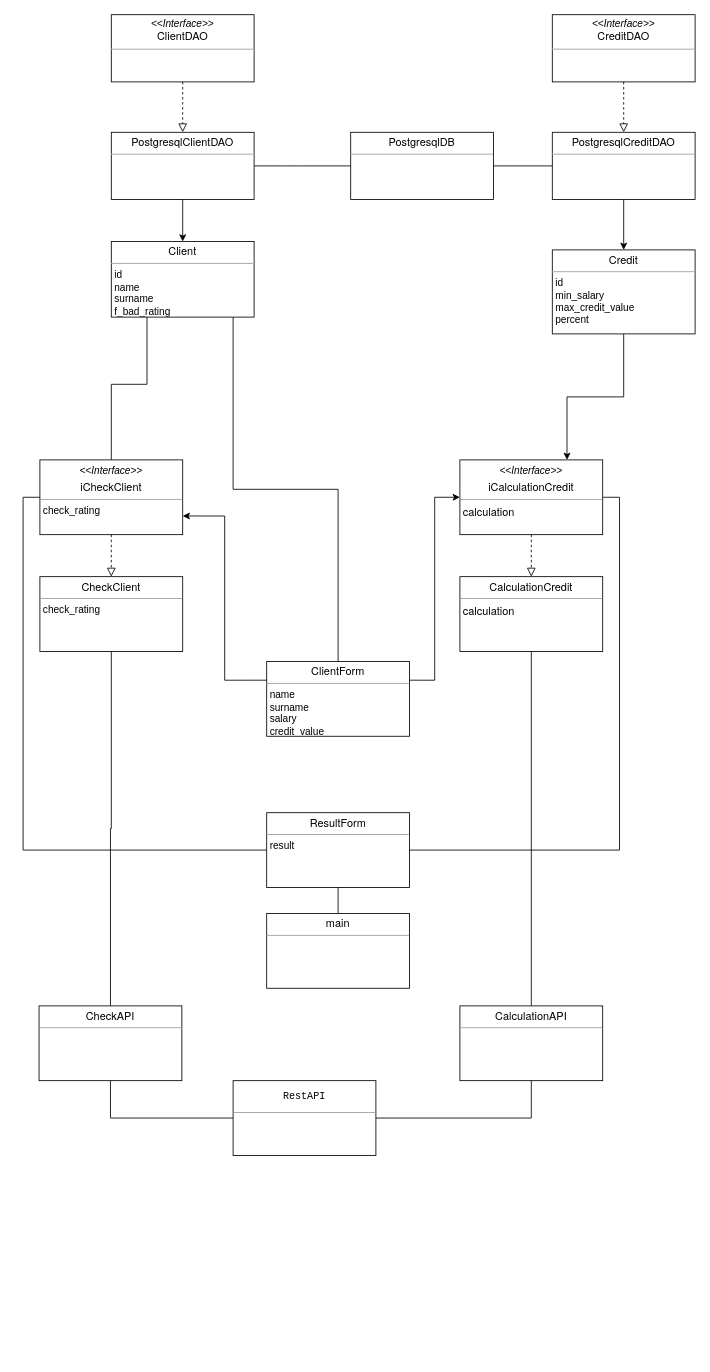
Above: Diagram/UML-диаграммы классов v2.drawio in AlexkovOtus/gb_arch (draw.io), before the change. Source tidied: cells renumbered, new cells numbered last; positions are measured from the earlier drawing's top-left corner, leaving out a move shared by most shapes. Both pictures are drawn from the tidied source at 84%, with x=0, y=0 at pixel (39, 14).
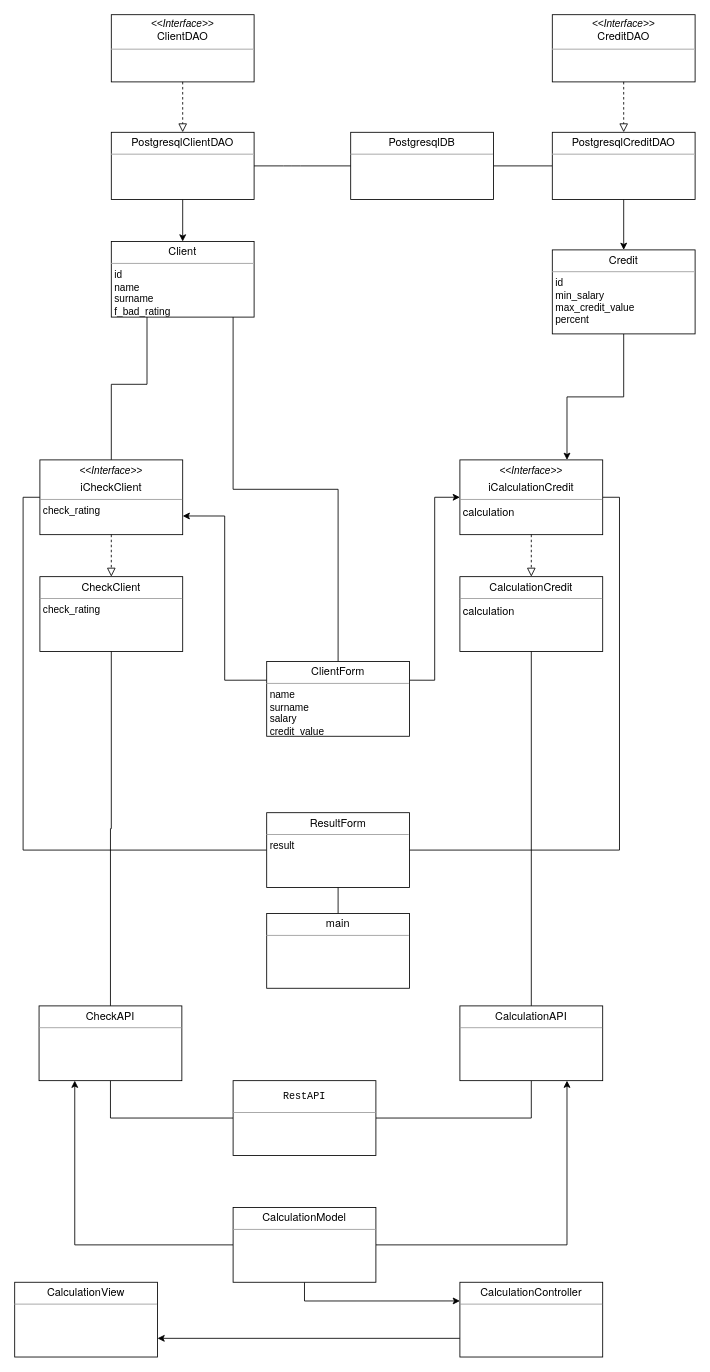
After the change.

The change refers to these unchanged cells:
```xml
<mxCell id="36" value="&lt;p style=&quot;margin: 0px ; margin-top: 4px ; text-align: center&quot;&gt;&lt;font face=&quot;helvetica neue&quot;&gt;&lt;span style=&quot;font-size: 13px&quot;&gt;CheckAPI&lt;/span&gt;&lt;/font&gt;&lt;br&gt;&lt;/p&gt;&lt;hr size=&quot;1&quot;&gt;&lt;p style=&quot;margin: 0px 0px 0px 4px&quot;&gt;&lt;br&gt;&lt;/p&gt;" style="verticalAlign=top;align=left;overflow=fill;fontSize=12;fontFamily=Helvetica;html=1;fontColor=#000000;" parent="1" vertex="1">
  <mxGeometry y="1180" width="170" height="89" as="geometry" />
</mxCell>
<mxCell id="38" value="&lt;p style=&quot;margin: 0px ; margin-top: 4px ; text-align: center&quot;&gt;&lt;font face=&quot;helvetica neue&quot;&gt;&lt;span style=&quot;font-size: 13px&quot;&gt;CalculationAPI&lt;/span&gt;&lt;/font&gt;&lt;br&gt;&lt;/p&gt;&lt;hr size=&quot;1&quot;&gt;&lt;p style=&quot;margin: 0px 0px 0px 4px&quot;&gt;&lt;br&gt;&lt;/p&gt;" style="verticalAlign=top;align=left;overflow=fill;fontSize=12;fontFamily=Helvetica;html=1;fontColor=#000000;" parent="1" vertex="1">
  <mxGeometry x="501" y="1180" width="170" height="89" as="geometry" />
</mxCell>
```

Change to the diagram source:
```diff
@@
+    <mxCell id="39" value="&lt;p style=&quot;margin: 0px ; margin-top: 4px ; text-align: center&quot;&gt;&lt;font face=&quot;helvetica neue&quot;&gt;&lt;span style=&quot;font-size: 13px&quot;&gt;CalculationView&lt;/span&gt;&lt;/font&gt;&lt;br&gt;&lt;/p&gt;&lt;hr size=&quot;1&quot;&gt;&lt;p style=&quot;margin: 0px 0px 0px 4px&quot;&gt;&lt;br&gt;&lt;/p&gt;" style="verticalAlign=top;align=left;overflow=fill;fontSize=12;fontFamily=Helvetica;html=1;fontColor=#000000;" parent="1" vertex="1">
+      <mxGeometry x="-29" y="1509" width="170" height="89" as="geometry" />
+    </mxCell>
+    <mxCell id="40" style="edgeStyle=orthogonalEdgeStyle;rounded=0;jettySize=auto;html=1;entryX=0.25;entryY=1;entryDx=0;entryDy=0;" parent="1" edge="1" source="43" target="36">
+      <mxGeometry relative="1" as="geometry" />
+    </mxCell>
+    <mxCell id="41" style="edgeStyle=orthogonalEdgeStyle;rounded=0;jettySize=auto;html=1;exitX=1;exitY=0.5;exitDx=0;exitDy=0;entryX=0.75;entryY=1;entryDx=0;entryDy=0;" parent="1" edge="1" source="43" target="38">
+      <mxGeometry relative="1" as="geometry" />
+    </mxCell>
+    <mxCell id="42" style="edgeStyle=orthogonalEdgeStyle;rounded=0;jettySize=auto;html=1;exitX=0.5;exitY=1;exitDx=0;exitDy=0;entryX=0;entryY=0.25;entryDx=0;entryDy=0;" parent="1" edge="1" source="43" target="45">
+      <mxGeometry relative="1" as="geometry" />
+    </mxCell>
+    <mxCell id="43" value="&lt;p style=&quot;margin: 0px ; margin-top: 4px ; text-align: center&quot;&gt;&lt;font face=&quot;helvetica neue&quot;&gt;&lt;span style=&quot;font-size: 13px&quot;&gt;CalculationModel&lt;/span&gt;&lt;/font&gt;&lt;br&gt;&lt;/p&gt;&lt;hr size=&quot;1&quot;&gt;&lt;p style=&quot;margin: 0px 0px 0px 4px&quot;&gt;&lt;br&gt;&lt;/p&gt;" style="verticalAlign=top;align=left;overflow=fill;fontSize=12;fontFamily=Helvetica;html=1;fontColor=#000000;" parent="1" vertex="1">
+      <mxGeometry x="231" y="1420" width="170" height="89" as="geometry" />
+    </mxCell>
+    <mxCell id="44" style="edgeStyle=orthogonalEdgeStyle;rounded=0;jettySize=auto;html=1;exitX=0;exitY=0.75;exitDx=0;exitDy=0;entryX=1;entryY=0.75;entryDx=0;entryDy=0;" parent="1" edge="1" source="45" target="39">
+      <mxGeometry relative="1" as="geometry" />
+    </mxCell>
+    <mxCell id="45" value="&lt;p style=&quot;margin: 0px ; margin-top: 4px ; text-align: center&quot;&gt;&lt;font face=&quot;helvetica neue&quot;&gt;&lt;span style=&quot;font-size: 13px&quot;&gt;CalculationController&lt;/span&gt;&lt;/font&gt;&lt;br&gt;&lt;/p&gt;&lt;hr size=&quot;1&quot;&gt;&lt;p style=&quot;margin: 0px 0px 0px 4px&quot;&gt;&lt;br&gt;&lt;/p&gt;" style="verticalAlign=top;align=left;overflow=fill;fontSize=12;fontFamily=Helvetica;html=1;fontColor=#000000;" parent="1" vertex="1">
+      <mxGeometry x="501" y="1509" width="170" height="89" as="geometry" />
+    </mxCell>
```
